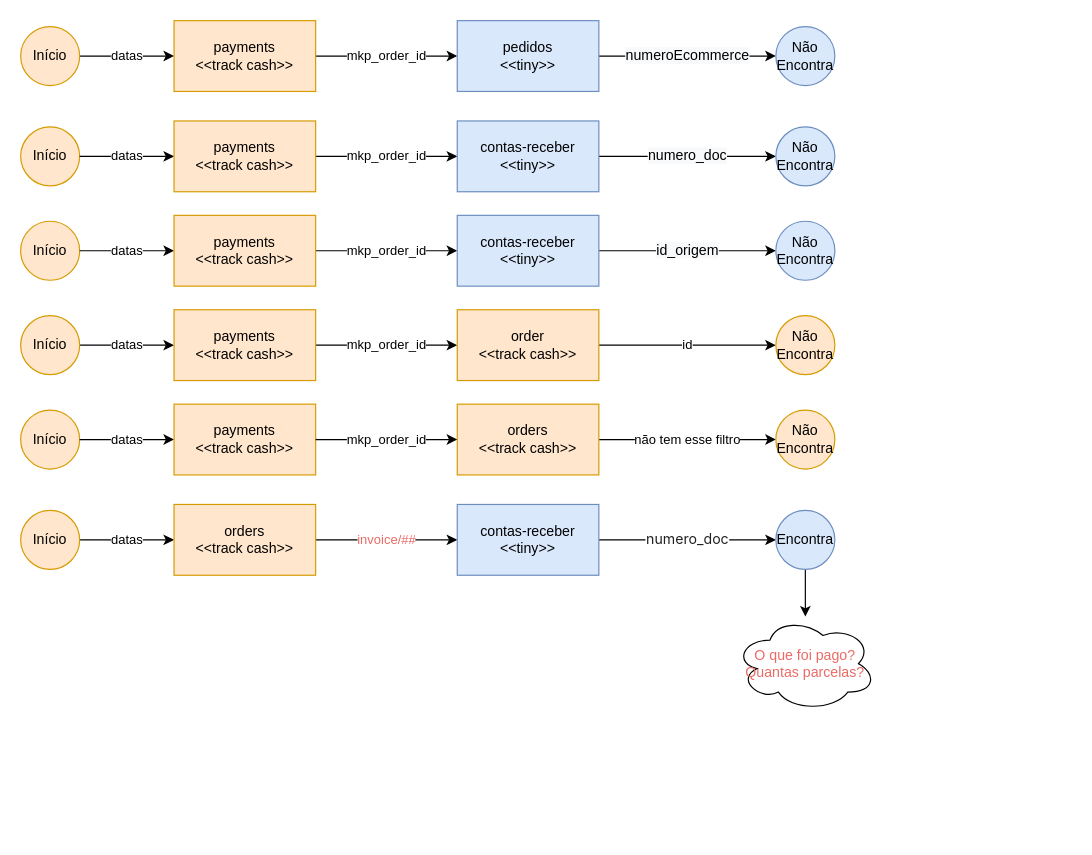
Above: docs/baixa-recebiveis.drawio in ddsdaniel/tiny-mais (draw.io), before the change. Source tidied: cells renumbered, new cells numbered last; positions are measured from the earlier drawing's top-left corner, leaving out a move shared by most shapes. Both pictures are drawn from the tidied source at 118%, with x=0, y=0 at pixel (20, 20).
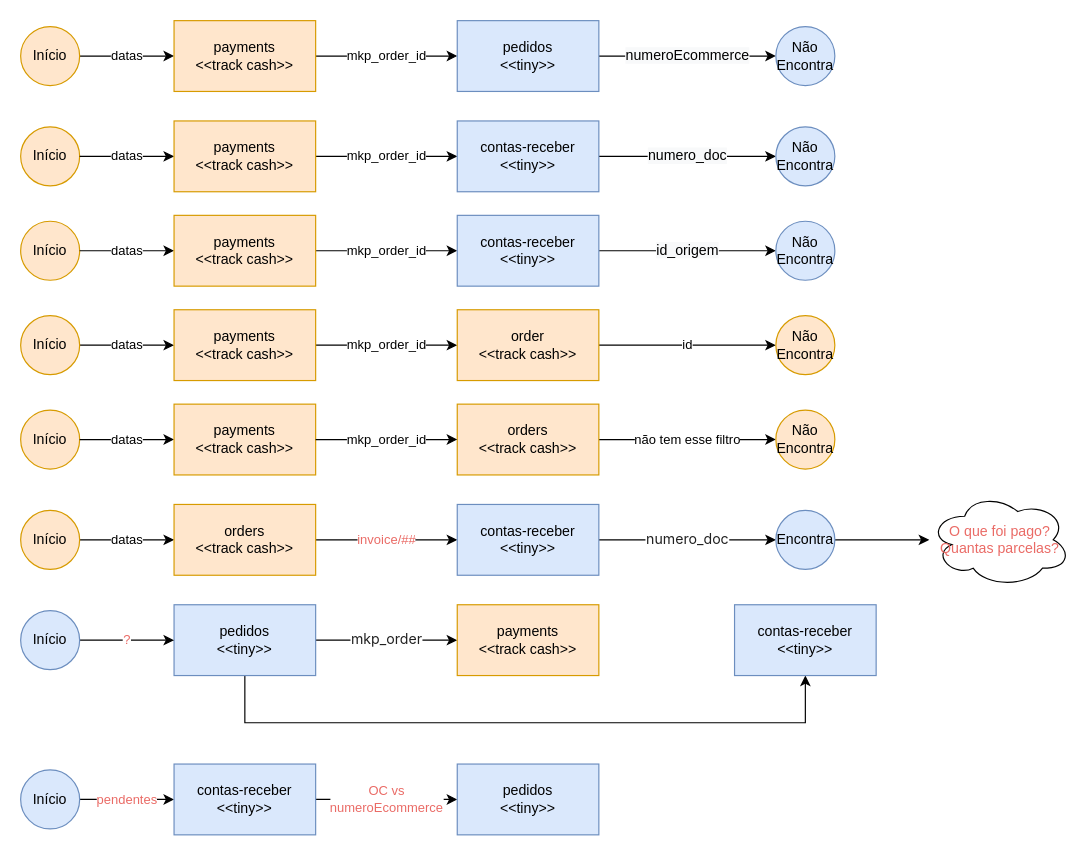
The same page after the edit.

Diff of the diagram source:
```diff
@@
     <mxCell id="43" value="O que foi pago?&lt;br&gt;Quantas parcelas?" style="ellipse;shape=cloud;whiteSpace=wrap;html=1;fontColor=#EA6B66;" parent="1" vertex="1">
-      <mxGeometry x="605" y="505" width="120" height="80" as="geometry" />
+      <mxGeometry x="770" y="400" width="120" height="80" as="geometry" />
     </mxCell>
@@
+    <mxCell id="46" value="&lt;span style=&quot;color: rgb(33 , 33 , 33) ; font-family: &amp;#34;inter&amp;#34; , &amp;#34;opensans&amp;#34; , &amp;#34;helvetica&amp;#34; , &amp;#34;arial&amp;#34; , sans-serif ; font-size: 12px ; text-align: left&quot;&gt;mkp_order&lt;/span&gt;" style="edgeStyle=orthogonalEdgeStyle;rounded=0;jettySize=auto;html=1;" parent="1" edge="1" source="48" target="49">
+      <mxGeometry relative="1" as="geometry" />
+    </mxCell>
+    <mxCell id="47" style="edgeStyle=orthogonalEdgeStyle;rounded=0;jettySize=auto;html=1;fontColor=#EA6B66;" parent="1" edge="1" source="48" target="52">
+      <mxGeometry relative="1" as="geometry">
+        <Array as="points">
+          <mxPoint x="190" y="595" />
+          <mxPoint x="665" y="595" />
+        </Array>
+      </mxGeometry>
+    </mxCell>
+    <mxCell id="48" value="pedidos&lt;br&gt;&amp;lt;&amp;lt;tiny&amp;gt;&amp;gt;" style="rounded=0;whiteSpace=wrap;html=1;fillColor=#dae8fc;strokeColor=#6c8ebf;" parent="1" vertex="1">
+      <mxGeometry x="130" y="495" width="120" height="60" as="geometry" />
+    </mxCell>
+    <mxCell id="49" value="payments&lt;br&gt;&amp;lt;&amp;lt;track cash&amp;gt;&amp;gt;" style="rounded=0;whiteSpace=wrap;html=1;fillColor=#ffe6cc;strokeColor=#d79b00;" parent="1" vertex="1">
+      <mxGeometry x="370" y="495" width="120" height="60" as="geometry" />
+    </mxCell>
+    <mxCell id="50" value="?" style="edgeStyle=orthogonalEdgeStyle;rounded=0;jettySize=auto;html=1;fontColor=#EA6B66;" parent="1" edge="1" source="51" target="48">
+      <mxGeometry relative="1" as="geometry" />
+    </mxCell>
+    <mxCell id="51" value="Início" style="ellipse;whiteSpace=wrap;html=1;fillColor=#dae8fc;strokeColor=#6c8ebf;" parent="1" vertex="1">
+      <mxGeometry y="500" width="50" height="50" as="geometry" />
+    </mxCell>
+    <mxCell id="52" value="contas-receber&lt;br&gt;&amp;lt;&amp;lt;tiny&amp;gt;&amp;gt;" style="rounded=0;whiteSpace=wrap;html=1;fillColor=#dae8fc;strokeColor=#6c8ebf;" parent="1" vertex="1">
+      <mxGeometry x="605" y="495" width="120" height="60" as="geometry" />
+    </mxCell>
+    <mxCell id="53" value="pendentes" style="edgeStyle=orthogonalEdgeStyle;rounded=0;jettySize=auto;html=1;fontColor=#EA6B66;" parent="1" edge="1" source="54" target="56">
+      <mxGeometry relative="1" as="geometry" />
+    </mxCell>
+    <mxCell id="54" value="Início" style="ellipse;whiteSpace=wrap;html=1;fillColor=#dae8fc;strokeColor=#6c8ebf;" parent="1" vertex="1">
+      <mxGeometry y="635" width="50" height="50" as="geometry" />
+    </mxCell>
+    <mxCell id="55" value="OC vs&lt;br&gt;numeroEcommerce" style="edgeStyle=orthogonalEdgeStyle;rounded=0;jettySize=auto;html=1;fontColor=#EA6B66;" parent="1" edge="1" source="56" target="57">
+      <mxGeometry relative="1" as="geometry" />
+    </mxCell>
+    <mxCell id="56" value="contas-receber&lt;br&gt;&amp;lt;&amp;lt;tiny&amp;gt;&amp;gt;" style="rounded=0;whiteSpace=wrap;html=1;fillColor=#dae8fc;strokeColor=#6c8ebf;" parent="1" vertex="1">
+      <mxGeometry x="130" y="630" width="120" height="60" as="geometry" />
+    </mxCell>
+    <mxCell id="57" value="pedidos&lt;br&gt;&amp;lt;&amp;lt;tiny&amp;gt;&amp;gt;" style="rounded=0;whiteSpace=wrap;html=1;fillColor=#dae8fc;strokeColor=#6c8ebf;" parent="1" vertex="1">
+      <mxGeometry x="370" y="630" width="120" height="60" as="geometry" />
+    </mxCell>
```
